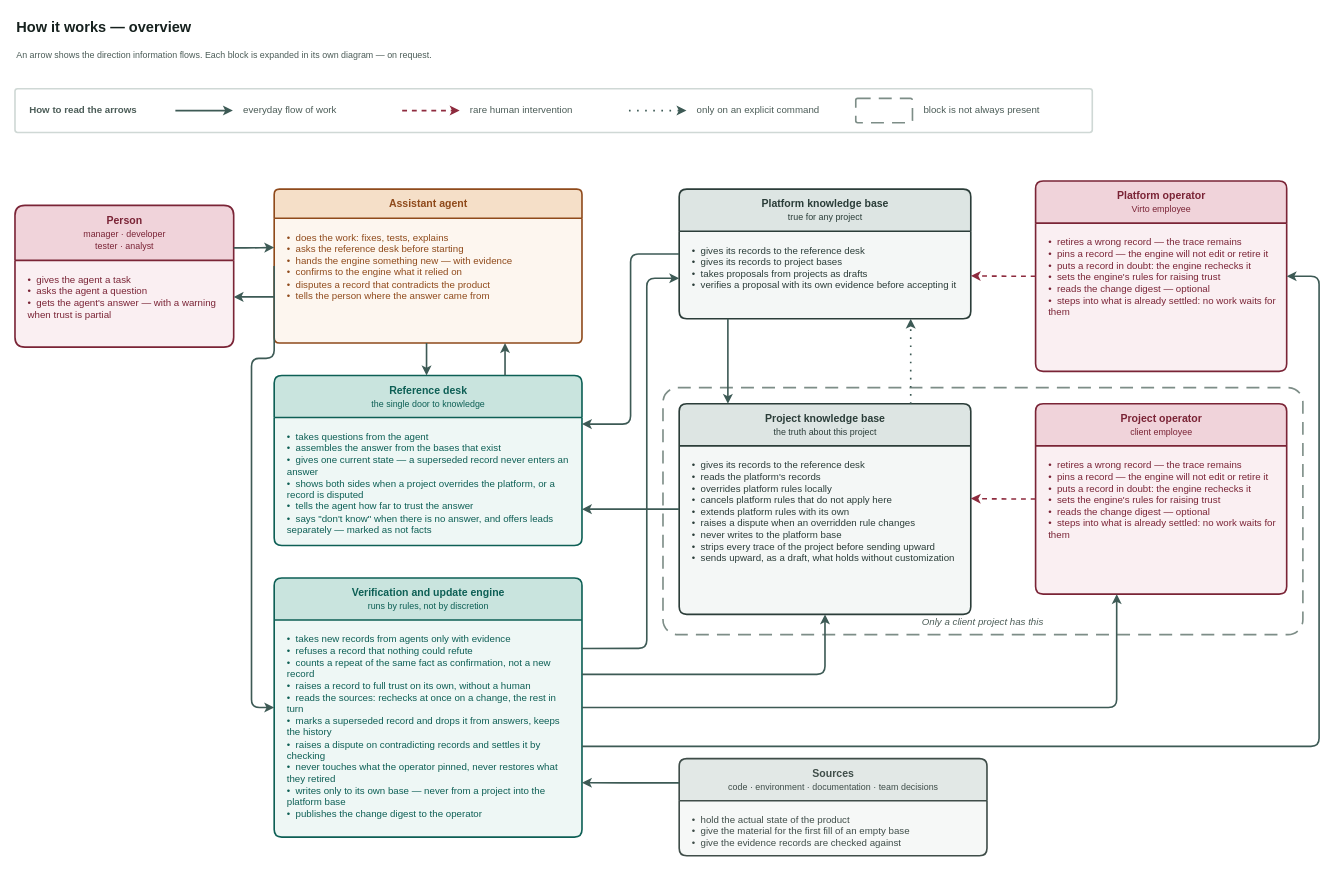
The draw.io diagram page "Overview" (1 of 2) of docs/adr/adr-knowledge-base-v3-overview.drawio in VirtoCommerce/ai-tools, before the edit. Source tidied: cells renumbered, new cells numbered last; positions are measured from the earlier drawing's top-left corner, leaving out a move shared by most shapes. Both pictures are drawn from the tidied source at 81%, with x=0, y=0 at pixel (15, 14).
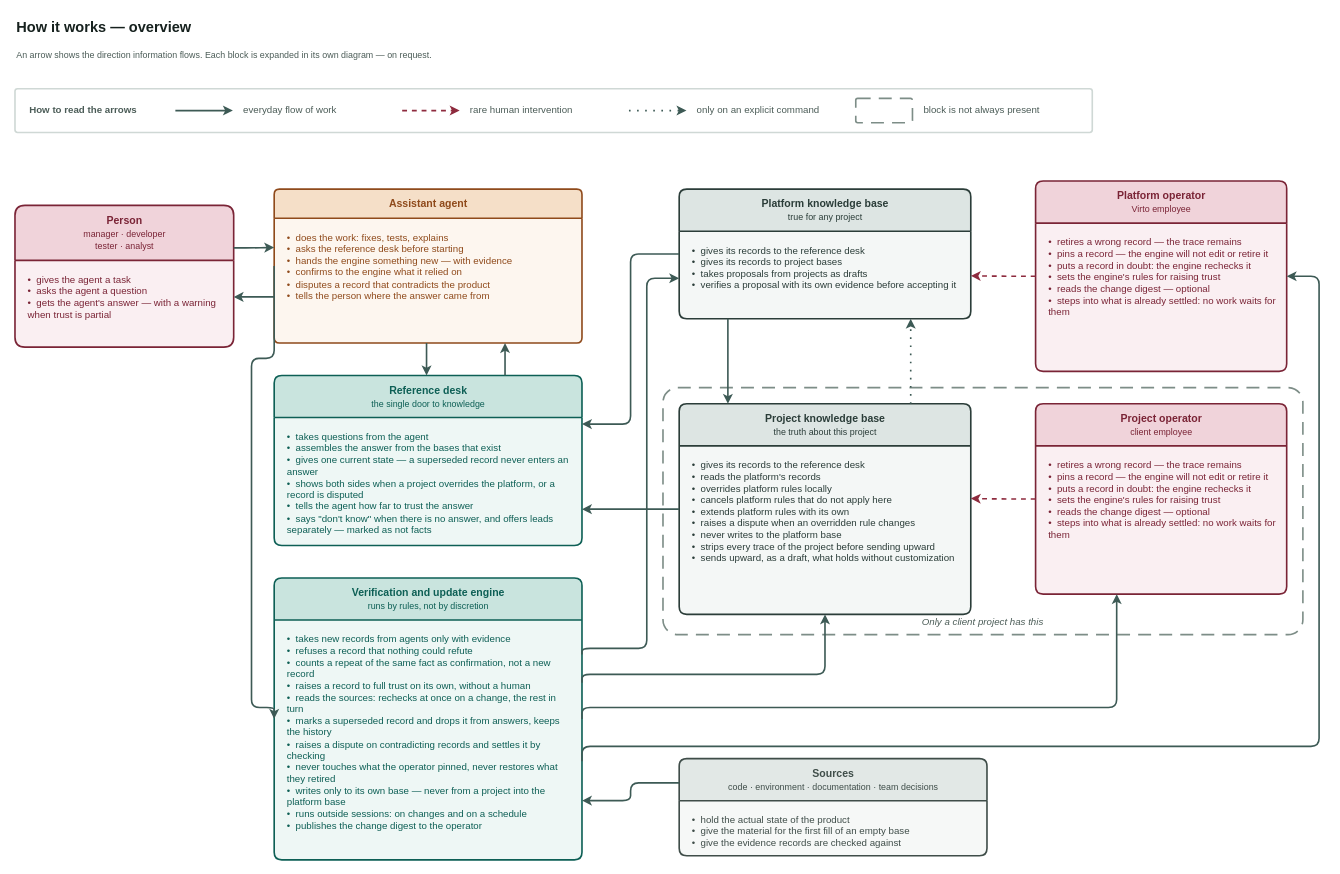
Above is the later version.

Commit message:
docs(adr): kb v3 — на общем виде сказано, что механизм работает вне сессий (VCST-5776)

Из схемы нельзя было понять, когда механизм работает: блок есть, а момент
запуска нигде. Отсюда естественный вопрос «а где здесь CI» — и он про
существенное, потому что именно работа вне сессий объясняет, почему агент
ничего не ждёт, а записи созревают без него.

Добавлен тезис «работает вне сессий: по изменениям и по расписанию».
Слово CI на обзорной схеме не появляется намеренно: её читают и не
инженеры, а для них важно не название конвейера, а что это происходит
само и не в момент их работы.

Change to the diagram source:
```diff
@@
     <mxCell id="30" value="Verification and update engine&lt;br&gt;&lt;span style=&quot;font-size:11px;font-weight:normal&quot;&gt;runs by rules, not by discretion&lt;/span&gt;" style="swimlane;html=1;rounded=1;arcSize=6;startSize=52;horizontal=1;fillColor=#c9e4de;swimlaneFillColor=#eef7f5;strokeColor=#0d5f55;fontColor=#0d5f55;fontSize=13;fontStyle=1;align=center;verticalAlign=middle;strokeWidth=2;fontFamily=Helvetica;" parent="1" vertex="1">
-      <mxGeometry x="320" y="696" width="380" height="320" as="geometry" />
+      <mxGeometry x="320" y="696" width="380" height="348" as="geometry" />
     </mxCell>
-    <mxCell id="31" value="•&amp;nbsp; takes new records from agents only with evidence&lt;br&gt;•&amp;nbsp; refuses a record that nothing could refute&lt;br&gt;•&amp;nbsp; counts a repeat of the same fact as confirmation, not a new record&lt;br&gt;•&amp;nbsp; raises a record to full trust on its own, without a human&lt;br&gt;•&amp;nbsp; reads the sources: rechecks at once on a change, the rest in turn&lt;br&gt;•&amp;nbsp; marks a superseded record and drops it from answers, keeps the history&lt;br&gt;•&amp;nbsp; raises a dispute on contradicting records and settles it by checking&lt;br&gt;•&amp;nbsp; never touches what the operator pinned, never restores what they retired&lt;br&gt;•&amp;nbsp; writes only to its own base — never from a project into the platform base&lt;br&gt;•&amp;nbsp; publishes the change digest to the operator" style="text;html=1;align=left;verticalAlign=top;whiteSpace=wrap;spacingLeft=14;spacingTop=10;spacingRight=10;fontSize=12;fontColor=#0d5f55;fontFamily=Helvetica;" parent="30" vertex="1">
+    <mxCell id="31" value="•&amp;nbsp; takes new records from agents only with evidence&lt;br&gt;•&amp;nbsp; refuses a record that nothing could refute&lt;br&gt;•&amp;nbsp; counts a repeat of the same fact as confirmation, not a new record&lt;br&gt;•&amp;nbsp; raises a record to full trust on its own, without a human&lt;br&gt;•&amp;nbsp; reads the sources: rechecks at once on a change, the rest in turn&lt;br&gt;•&amp;nbsp; marks a superseded record and drops it from answers, keeps the history&lt;br&gt;•&amp;nbsp; raises a dispute on contradicting records and settles it by checking&lt;br&gt;•&amp;nbsp; never touches what the operator pinned, never restores what they retired&lt;br&gt;•&amp;nbsp; writes only to its own base — never from a project into the platform base&lt;br&gt;•&amp;nbsp; runs outside sessions: on changes and on a schedule&lt;br&gt;•&amp;nbsp; publishes the change digest to the operator" style="text;html=1;align=left;verticalAlign=top;whiteSpace=wrap;spacingLeft=14;spacingTop=10;spacingRight=10;fontSize=12;fontColor=#0d5f55;fontFamily=Helvetica;" parent="30" vertex="1">
       <mxGeometry y="52" width="380" height="268" as="geometry" />
     </mxCell>
```
